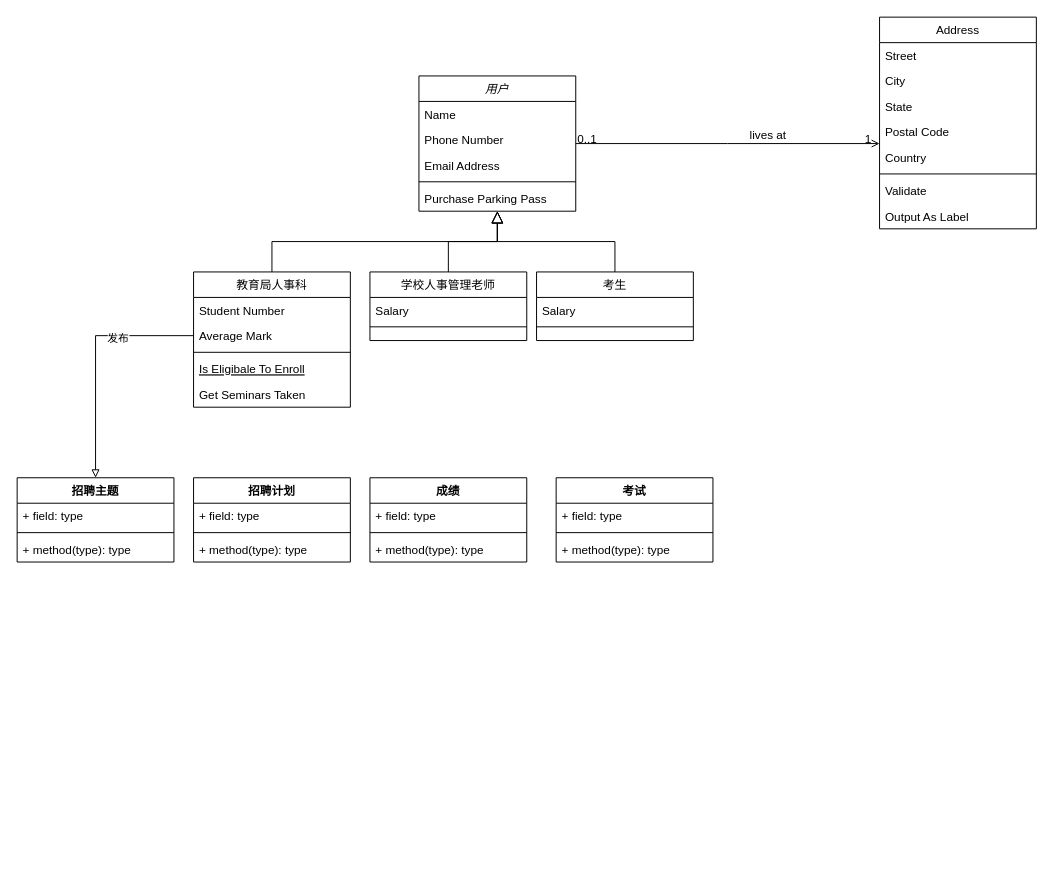
This is Soft Engine.drawio from ylsAbyss/Soft-Engine, a draw.io file, before an edit. Source tidied: cells renumbered, new cells numbered last; positions are measured from the earlier drawing's top-left corner, leaving out a move shared by most shapes. Both pictures are drawn from the tidied source at 98%, with x=0, y=0 at pixel (17, 17).
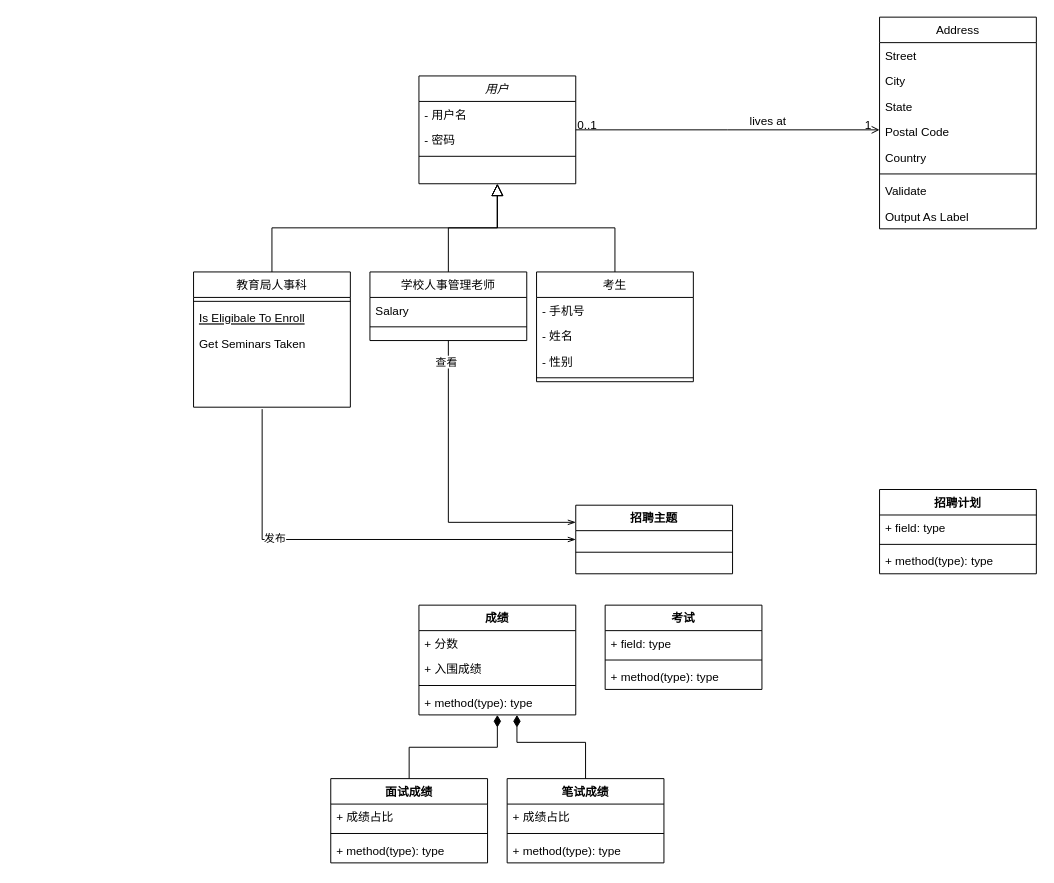
The same page after the edit.

Unchanged cells that the change refers to:
```xml
<mxCell id="8" value="教育局人事科" style="swimlane;fontStyle=0;align=center;verticalAlign=top;horizontal=1;startSize=26;rounded=0;shadow=0;strokeWidth=1;" parent="1" vertex="1">
  <mxGeometry x="180" y="260" width="160" height="138" as="geometry" />
</mxCell>
<mxCell id="15" value="学校人事管理老师" style="swimlane;fontStyle=0;align=center;verticalAlign=top;horizontal=1;startSize=26;rounded=0;shadow=0;strokeWidth=1;" parent="1" vertex="1">
  <mxGeometry x="360" y="260" width="160" height="70" as="geometry" />
</mxCell>
```

Change to the diagram source:
```diff
@@
     <mxCell id="2" value="用户" style="swimlane;fontStyle=2;align=center;verticalAlign=top;horizontal=1;startSize=26;rounded=0;shadow=0;strokeWidth=1;" parent="1" vertex="1">
-      <mxGeometry x="410" y="60" width="160" height="138" as="geometry" />
+      <mxGeometry x="410" y="60" width="160" height="110" as="geometry" />
     </mxCell>
-    <mxCell id="3" value="Name" style="text;align=left;verticalAlign=top;spacingLeft=4;spacingRight=4;overflow=hidden;" parent="2" vertex="1">
+    <mxCell id="3" value="- 用户名" style="text;align=left;verticalAlign=top;spacingLeft=4;spacingRight=4;overflow=hidden;" parent="2" vertex="1">
       <mxGeometry y="26" width="160" height="26" as="geometry" />
     </mxCell>
-    <mxCell id="4" value="Phone Number" style="text;align=left;verticalAlign=top;spacingLeft=4;spacingRight=4;overflow=hidden;rounded=0;shadow=0;html=0;" parent="2" vertex="1">
+    <mxCell id="4" value="- 密码" style="text;align=left;verticalAlign=top;spacingLeft=4;spacingRight=4;overflow=hidden;rounded=0;shadow=0;html=0;" parent="2" vertex="1">
       <mxGeometry y="52" width="160" height="26" as="geometry" />
     </mxCell>
-    <mxCell id="5" value="Email Address" style="text;align=left;verticalAlign=top;spacingLeft=4;spacingRight=4;overflow=hidden;rounded=0;shadow=0;html=0;" parent="2" vertex="1">
-      <mxGeometry y="78" width="160" height="26" as="geometry" />
-    </mxCell>
     <mxCell id="6" style="line;html=1;strokeWidth=1;align=left;verticalAlign=middle;spacingTop=-1;spacingLeft=3;spacingRight=3;labelPosition=right;" parent="2" vertex="1">
-      <mxGeometry y="104" width="160" height="8" as="geometry" />
+      <mxGeometry y="78" width="160" height="8" as="geometry" />
     </mxCell>
-    <mxCell id="7" value="Purchase Parking Pass" style="text;align=left;verticalAlign=top;spacingLeft=4;spacingRight=4;overflow=hidden;points=[[0,0.5],[1,0.5]];portConstraint=eastwest;" parent="2" vertex="1">
-      <mxGeometry y="112" width="160" height="26" as="geometry" />
-    </mxCell>
@@
-    <mxCell id="9" value="Student Number" style="text;align=left;verticalAlign=top;spacingLeft=4;spacingRight=4;overflow=hidden;" parent="8" vertex="1">
-      <mxGeometry y="26" width="160" height="26" as="geometry" />
-    </mxCell>
-    <mxCell id="10" value="Average Mark" style="text;align=left;verticalAlign=top;spacingLeft=4;spacingRight=4;overflow=hidden;points=[[0,0.5],[1,0.5]];portConstraint=eastwest;rounded=0;shadow=0;html=0;" parent="8" vertex="1">
-      <mxGeometry y="52" width="160" height="26" as="geometry" />
-    </mxCell>
     <mxCell id="11" style="line;html=1;strokeWidth=1;align=left;verticalAlign=middle;spacingTop=-1;spacingLeft=3;spacingRight=3;labelPosition=right;" parent="8" vertex="1">
-      <mxGeometry y="78" width="160" height="8" as="geometry" />
+      <mxGeometry y="26" width="160" height="8" as="geometry" />
     </mxCell>
     <mxCell id="12" value="Is Eligibale To Enroll" style="text;align=left;verticalAlign=top;spacingLeft=4;spacingRight=4;overflow=hidden;fontStyle=4;" parent="8" vertex="1">
-      <mxGeometry y="86" width="160" height="26" as="geometry" />
+      <mxGeometry y="34" width="160" height="26" as="geometry" />
     </mxCell>
     <mxCell id="13" value="Get Seminars Taken" style="text;align=left;verticalAlign=top;spacingLeft=4;spacingRight=4;overflow=hidden;" parent="8" vertex="1">
-      <mxGeometry y="112" width="160" height="26" as="geometry" />
+      <mxGeometry y="60" width="160" height="26" as="geometry" />
     </mxCell>
@@
+    <mxCell id="54" style="edgeStyle=orthogonalEdgeStyle;rounded=0;jettySize=auto;html=1;exitX=0.5;exitY=1;exitDx=0;exitDy=0;entryX=0;entryY=0.25;entryDx=0;entryDy=0;endArrow=openThin;endFill=0;" parent="1" edge="1" source="15" target="48">
+      <mxGeometry relative="1" as="geometry" />
+    </mxCell>
+    <mxCell id="55" value="查看" style="edgeLabel;html=1;align=center;verticalAlign=middle;" parent="54" vertex="1">
+      <mxGeometry x="-0.87" y="-3" relative="1" as="geometry" />
+    </mxCell>
@@
     <mxCell id="32" value="考生" style="swimlane;fontStyle=0;align=center;verticalAlign=top;horizontal=1;startSize=26;rounded=0;shadow=0;strokeWidth=1;" parent="1" vertex="1">
-      <mxGeometry x="530" y="260" width="160" height="70" as="geometry" />
+      <mxGeometry x="530" y="260" width="160" height="112" as="geometry" />
     </mxCell>
+    <mxCell id="56" value="- 手机号" style="text;align=left;verticalAlign=top;spacingLeft=4;spacingRight=4;overflow=hidden;" parent="32" vertex="1">
+      <mxGeometry y="26" width="160" height="26" as="geometry" />
+    </mxCell>
+    <mxCell id="57" value="- 姓名" style="text;align=left;verticalAlign=top;spacingLeft=4;spacingRight=4;overflow=hidden;" parent="32" vertex="1">
+      <mxGeometry y="52" width="160" height="26" as="geometry" />
+    </mxCell>
-    <mxCell id="33" value="Salary" style="text;align=left;verticalAlign=top;spacingLeft=4;spacingRight=4;overflow=hidden;" parent="32" vertex="1">
-      <mxGeometry y="26" width="160" height="26" as="geometry" />
+    <mxCell id="33" value="- 性别" style="text;align=left;verticalAlign=top;spacingLeft=4;spacingRight=4;overflow=hidden;" parent="32" vertex="1">
+      <mxGeometry y="78" width="160" height="26" as="geometry" />
     </mxCell>
     <mxCell id="34" style="line;html=1;strokeWidth=1;align=left;verticalAlign=middle;spacingTop=-1;spacingLeft=3;spacingRight=3;labelPosition=right;" parent="32" vertex="1">
-      <mxGeometry y="52" width="160" height="8" as="geometry" />
+      <mxGeometry y="104" width="160" height="8" as="geometry" />
     </mxCell>
-    <mxCell id="35" style="endArrow=block;endSize=10;endFill=0;shadow=0;strokeWidth=1;rounded=0;edgeStyle=elbowEdgeStyle;elbow=vertical;exitX=0.5;exitY=0;exitDx=0;exitDy=0;" parent="1" edge="1" source="32" target="7">
+    <mxCell id="35" style="endArrow=block;endSize=10;endFill=0;shadow=0;strokeWidth=1;rounded=0;edgeStyle=elbowEdgeStyle;elbow=vertical;exitX=0.5;exitY=0;exitDx=0;exitDy=0;entryX=0.5;entryY=1;entryDx=0;entryDy=0;" parent="1" edge="1" source="32" target="2">
       <mxGeometry relative="1" as="geometry" />
     </mxCell>
     <mxCell id="36" value="招聘计划" style="swimlane;fontStyle=1;align=center;verticalAlign=top;horizontal=1;startSize=26;" parent="1" vertex="1">
-      <mxGeometry x="180" y="470" width="160" height="86" as="geometry" />
+      <mxGeometry x="880" y="482" width="160" height="86" as="geometry" />
     </mxCell>
@@
     <mxCell id="40" value="成绩" style="swimlane;fontStyle=1;align=center;verticalAlign=top;horizontal=1;startSize=26;" parent="1" vertex="1">
-      <mxGeometry x="360" y="470" width="160" height="86" as="geometry" />
+      <mxGeometry x="410" y="600" width="160" height="112" as="geometry" />
     </mxCell>
+    <mxCell id="58" value="+ 分数" style="text;strokeColor=none;fillColor=none;align=left;verticalAlign=top;spacingLeft=4;spacingRight=4;overflow=hidden;" parent="40" vertex="1">
+      <mxGeometry y="26" width="160" height="26" as="geometry" />
+    </mxCell>
-    <mxCell id="41" value="+ field: type" style="text;strokeColor=none;fillColor=none;align=left;verticalAlign=top;spacingLeft=4;spacingRight=4;overflow=hidden;" parent="40" vertex="1">
-      <mxGeometry y="26" width="160" height="26" as="geometry" />
+    <mxCell id="41" value="+ 入围成绩" style="text;strokeColor=none;fillColor=none;align=left;verticalAlign=top;spacingLeft=4;spacingRight=4;overflow=hidden;" parent="40" vertex="1">
+      <mxGeometry y="52" width="160" height="26" as="geometry" />
     </mxCell>
     <mxCell id="42" style="line;strokeWidth=1;fillColor=none;align=left;verticalAlign=middle;spacingTop=-1;spacingLeft=3;spacingRight=3;labelPosition=right;" parent="40" vertex="1">
-      <mxGeometry y="52" width="160" height="8" as="geometry" />
+      <mxGeometry y="78" width="160" height="8" as="geometry" />
     </mxCell>
     <mxCell id="43" value="+ method(type): type" style="text;strokeColor=none;fillColor=none;align=left;verticalAlign=top;spacingLeft=4;spacingRight=4;overflow=hidden;points=[[0,0.5],[1,0.5]];portConstraint=eastwest;" parent="40" vertex="1">
-      <mxGeometry y="60" width="160" height="26" as="geometry" />
+      <mxGeometry y="86" width="160" height="26" as="geometry" />
     </mxCell>
     <mxCell id="44" value="考试" style="swimlane;fontStyle=1;align=center;verticalAlign=top;horizontal=1;startSize=26;" parent="1" vertex="1">
-      <mxGeometry x="550" y="470" width="160" height="86" as="geometry" />
+      <mxGeometry x="600" y="600" width="160" height="86" as="geometry" />
     </mxCell>
@@
     <mxCell id="48" value="招聘主题" style="swimlane;fontStyle=1;align=center;verticalAlign=top;horizontal=1;startSize=26;" parent="1" vertex="1">
-      <mxGeometry y="470" width="160" height="86" as="geometry" />
+      <mxGeometry x="570" y="498" width="160" height="70" as="geometry" />
     </mxCell>
-    <mxCell id="49" value="+ field: type" style="text;strokeColor=none;fillColor=none;align=left;verticalAlign=top;spacingLeft=4;spacingRight=4;overflow=hidden;" parent="48" vertex="1">
-      <mxGeometry y="26" width="160" height="26" as="geometry" />
-    </mxCell>
     <mxCell id="50" style="line;strokeWidth=1;fillColor=none;align=left;verticalAlign=middle;spacingTop=-1;spacingLeft=3;spacingRight=3;labelPosition=right;" parent="48" vertex="1">
-      <mxGeometry y="52" width="160" height="8" as="geometry" />
+      <mxGeometry y="26" width="160" height="44" as="geometry" />
     </mxCell>
-    <mxCell id="51" value="+ method(type): type" style="text;strokeColor=none;fillColor=none;align=left;verticalAlign=top;spacingLeft=4;spacingRight=4;overflow=hidden;" parent="48" vertex="1">
-      <mxGeometry y="60" width="160" height="26" as="geometry" />
-    </mxCell>
-    <mxCell id="52" style="edgeStyle=orthogonalEdgeStyle;rounded=0;jettySize=auto;html=1;exitX=0;exitY=0.5;exitDx=0;exitDy=0;endArrow=block;endFill=0;" parent="1" edge="1" source="10" target="48">
-      <mxGeometry relative="1" as="geometry" />
+    <mxCell id="52" style="edgeStyle=orthogonalEdgeStyle;rounded=0;jettySize=auto;html=1;endArrow=openThin;endFill=0;entryX=0;entryY=0.5;entryDx=0;entryDy=0;" parent="1" edge="1" target="48">
+      <mxGeometry relative="1" as="geometry">
+        <mxPoint x="250" y="400" as="sourcePoint" />
+        <Array as="points">
+          <mxPoint x="250" y="533" />
+        </Array>
+      </mxGeometry>
     </mxCell>
@@
+    <mxCell id="59" value="面试成绩" style="swimlane;fontStyle=1;align=center;verticalAlign=top;horizontal=1;startSize=26;" parent="1" vertex="1">
+      <mxGeometry x="320" y="777" width="160" height="86" as="geometry" />
+    </mxCell>
+    <mxCell id="60" value="+ 成绩占比" style="text;strokeColor=none;fillColor=none;align=left;verticalAlign=top;spacingLeft=4;spacingRight=4;overflow=hidden;" parent="59" vertex="1">
+      <mxGeometry y="26" width="160" height="26" as="geometry" />
+    </mxCell>
+    <mxCell id="61" style="line;strokeWidth=1;fillColor=none;align=left;verticalAlign=middle;spacingTop=-1;spacingLeft=3;spacingRight=3;labelPosition=right;" parent="59" vertex="1">
+      <mxGeometry y="52" width="160" height="8" as="geometry" />
+    </mxCell>
+    <mxCell id="62" value="+ method(type): type" style="text;strokeColor=none;fillColor=none;align=left;verticalAlign=top;spacingLeft=4;spacingRight=4;overflow=hidden;" parent="59" vertex="1">
+      <mxGeometry y="60" width="160" height="26" as="geometry" />
+    </mxCell>
+    <mxCell id="63" value="笔试成绩" style="swimlane;fontStyle=1;align=center;verticalAlign=top;horizontal=1;startSize=26;" parent="1" vertex="1">
+      <mxGeometry x="500" y="777" width="160" height="86" as="geometry" />
+    </mxCell>
+    <mxCell id="64" value="+ 成绩占比" style="text;strokeColor=none;fillColor=none;align=left;verticalAlign=top;spacingLeft=4;spacingRight=4;overflow=hidden;" parent="63" vertex="1">
+      <mxGeometry y="26" width="160" height="26" as="geometry" />
+    </mxCell>
+    <mxCell id="65" style="line;strokeWidth=1;fillColor=none;align=left;verticalAlign=middle;spacingTop=-1;spacingLeft=3;spacingRight=3;labelPosition=right;" parent="63" vertex="1">
+      <mxGeometry y="52" width="160" height="8" as="geometry" />
+    </mxCell>
+    <mxCell id="66" value="+ method(type): type" style="text;strokeColor=none;fillColor=none;align=left;verticalAlign=top;spacingLeft=4;spacingRight=4;overflow=hidden;" parent="63" vertex="1">
+      <mxGeometry y="60" width="160" height="26" as="geometry" />
+    </mxCell>
+    <mxCell id="67" style="endArrow=diamondThin;endSize=10;endFill=1;shadow=0;strokeWidth=1;rounded=0;edgeStyle=elbowEdgeStyle;elbow=vertical;exitX=0.5;exitY=0;exitDx=0;exitDy=0;" parent="1" edge="1" source="59" target="43">
+      <mxGeometry relative="1" as="geometry" />
+    </mxCell>
+    <mxCell id="68" style="endArrow=diamondThin;endSize=10;endFill=1;shadow=0;strokeWidth=1;rounded=0;edgeStyle=elbowEdgeStyle;elbow=vertical;exitX=0.5;exitY=0;exitDx=0;exitDy=0;" parent="1" edge="1" source="63" target="43">
+      <mxGeometry relative="1" as="geometry">
+        <Array as="points">
+          <mxPoint x="510" y="740" />
+          <mxPoint x="480" y="730" />
+        </Array>
+      </mxGeometry>
+    </mxCell>
```
